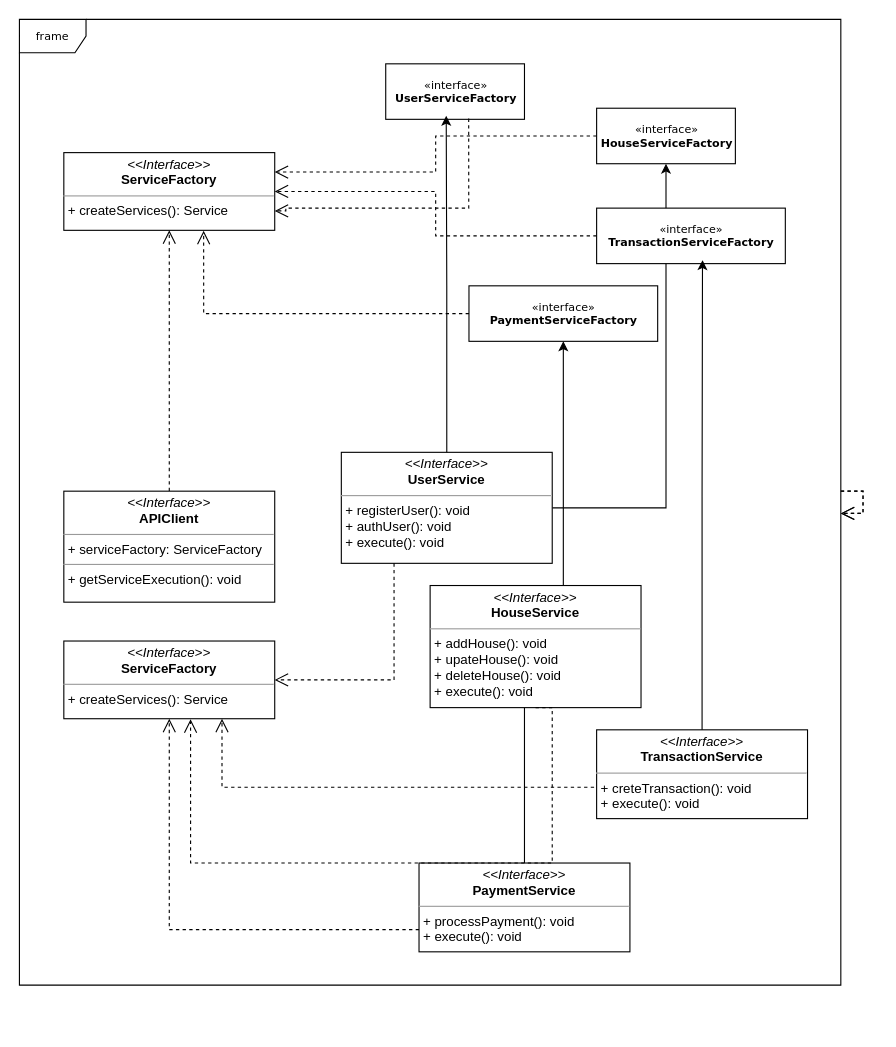
Before: abstract-factory.drawio in caturprasatya/TP-UML, a draw.io diagram. Source tidied: cells renumbered, new cells numbered last; positions are measured from the earlier drawing's top-left corner, leaving out a move shared by most shapes. Both pictures are drawn from the tidied source at 111%, with x=0, y=0 at pixel (19, 19).
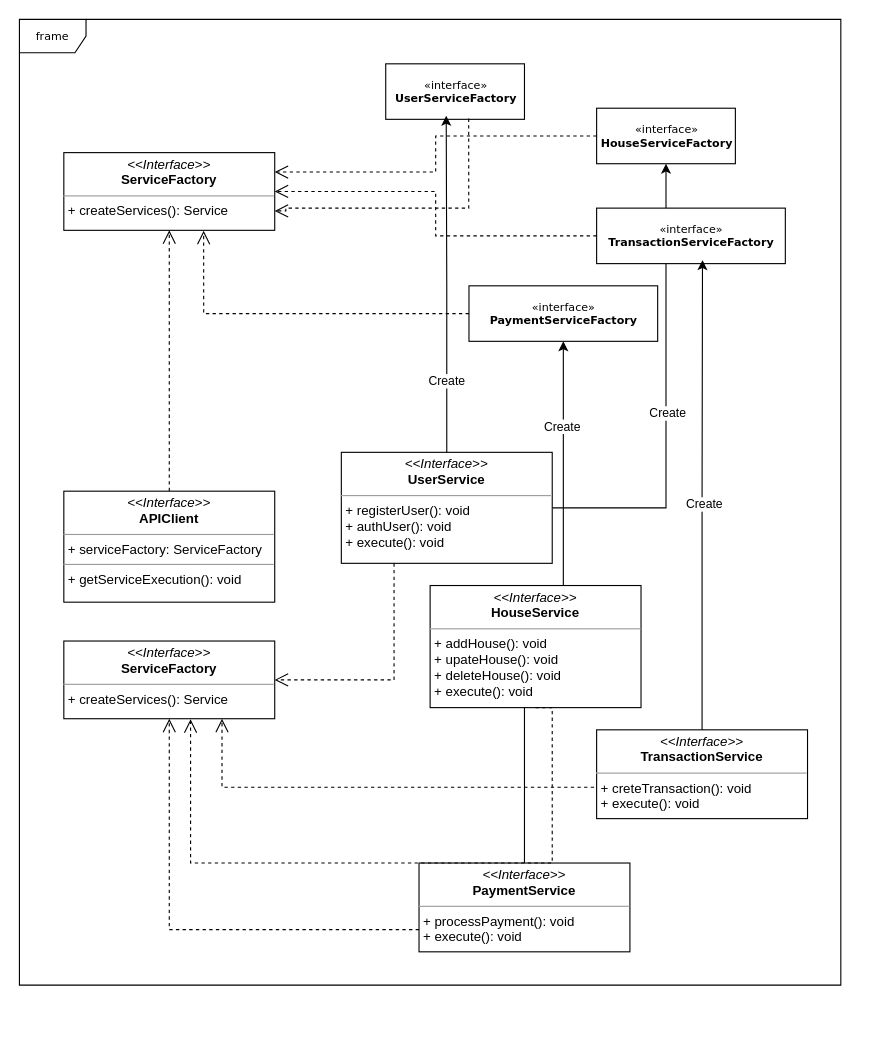
After the change.

Unchanged cells that the change refers to:
```xml
<mxCell id="2" value="frame" style="shape=umlFrame;whiteSpace=wrap;html=1;rounded=0;shadow=0;comic=0;labelBackgroundColor=none;strokeWidth=1;fontFamily=Verdana;fontSize=10;align=center;" parent="1" vertex="1">
  <mxGeometry width="740" height="870" as="geometry" />
</mxCell>
<mxCell id="4" style="edgeStyle=orthogonalEdgeStyle;rounded=0;jettySize=auto;html=1;" parent="1" edge="1" source="5" target="15">
  <mxGeometry relative="1" as="geometry" />
</mxCell>
<mxCell id="6" style="edgeStyle=orthogonalEdgeStyle;rounded=0;jettySize=auto;html=1;entryX=0.5;entryY=1;entryDx=0;entryDy=0;" parent="1" edge="1" source="7" target="17">
  <mxGeometry relative="1" as="geometry" />
</mxCell>
<mxCell id="27" style="edgeStyle=orthogonalEdgeStyle;rounded=0;jettySize=auto;html=1;entryX=0.436;entryY=0.937;entryDx=0;entryDy=0;entryPerimeter=0;" parent="1" edge="1" source="5" target="14">
  <mxGeometry relative="1" as="geometry" />
</mxCell>
<mxCell id="28" style="edgeStyle=orthogonalEdgeStyle;rounded=0;jettySize=auto;html=1;entryX=0.561;entryY=0.937;entryDx=0;entryDy=0;entryPerimeter=0;" parent="1" edge="1" source="3" target="16">
  <mxGeometry relative="1" as="geometry" />
</mxCell>
```

Diff of the diagram source:
```diff
@@
+    <mxCell id="30" value="Create" style="edgeLabel;html=1;align=center;verticalAlign=middle;" parent="4" vertex="1">
+      <mxGeometry x="-0.09" y="-1" relative="1" as="geometry" />
+    </mxCell>
@@
+    <mxCell id="31" value="Create" style="edgeLabel;html=1;align=center;verticalAlign=middle;" parent="6" vertex="1">
+      <mxGeometry x="0.7" y="2" relative="1" as="geometry" />
+    </mxCell>
@@
-    <mxCell id="18" style="edgeStyle=orthogonalEdgeStyle;rounded=0;html=1;labelBackgroundColor=none;startFill=0;endArrow=open;endFill=0;endSize=10;fontFamily=Verdana;fontSize=10;dashed=1;" parent="1" edge="1" source="2" target="2">
-      <mxGeometry relative="1" as="geometry" />
-    </mxCell>
-    <mxCell id="19" style="edgeStyle=orthogonalEdgeStyle;rounded=0;html=1;dashed=1;labelBackgroundColor=none;startFill=0;endArrow=open;endFill=0;endSize=10;fontFamily=Verdana;fontSize=10;" parent="1" edge="1" source="2" target="2">
-      <mxGeometry relative="1" as="geometry" />
-    </mxCell>
@@
+    <mxCell id="32" value="Create" style="edgeLabel;html=1;align=center;verticalAlign=middle;" parent="27" vertex="1">
+      <mxGeometry x="-0.57" y="1" relative="1" as="geometry" />
+    </mxCell>
@@
+    <mxCell id="33" value="Create" style="edgeLabel;html=1;align=center;verticalAlign=middle;" parent="28" vertex="1">
+      <mxGeometry x="-0.03" y="-1" relative="1" as="geometry">
+        <mxPoint y="1" as="offset" />
+      </mxGeometry>
+    </mxCell>
```
